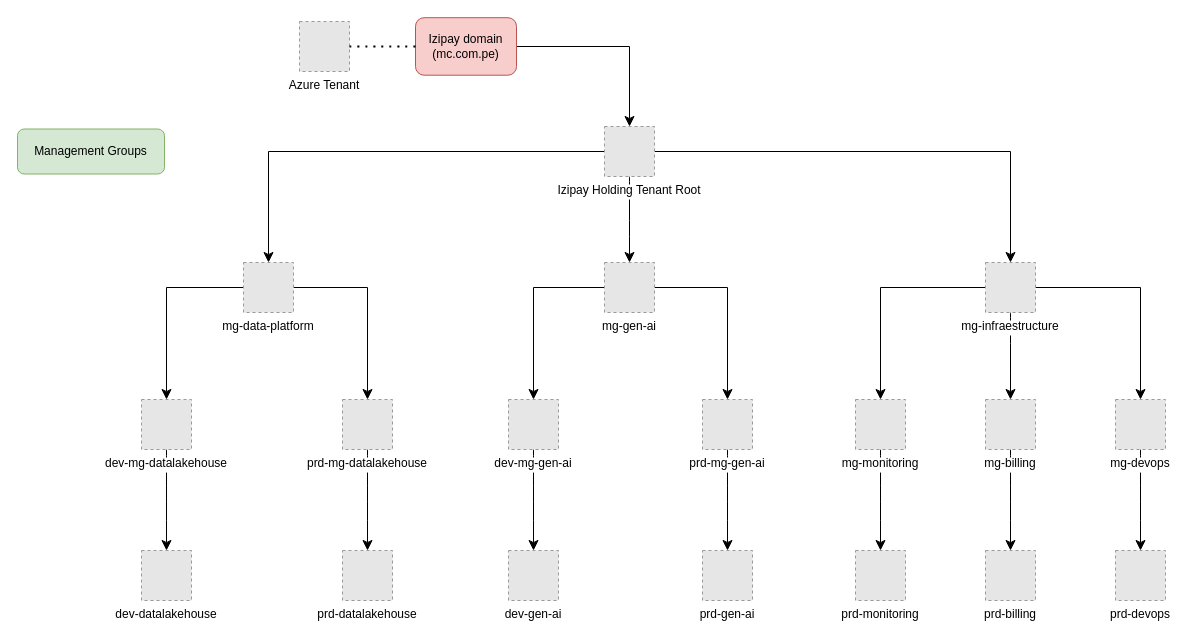
Above: page "Azure Data" (1 of 4) of Arquitectura Azure.drawio in jcdiazz/Diagramas (draw.io), before the change. Source tidied: cells renumbered, new cells numbered last; positions are measured from the earlier drawing's top-left corner, leaving out a move shared by most shapes. Both pictures are drawn from the tidied source at 100%, with x=0, y=0 at pixel (17, 17). Pictures stored in the file or linked from it are replaced by grey dashed boxes.
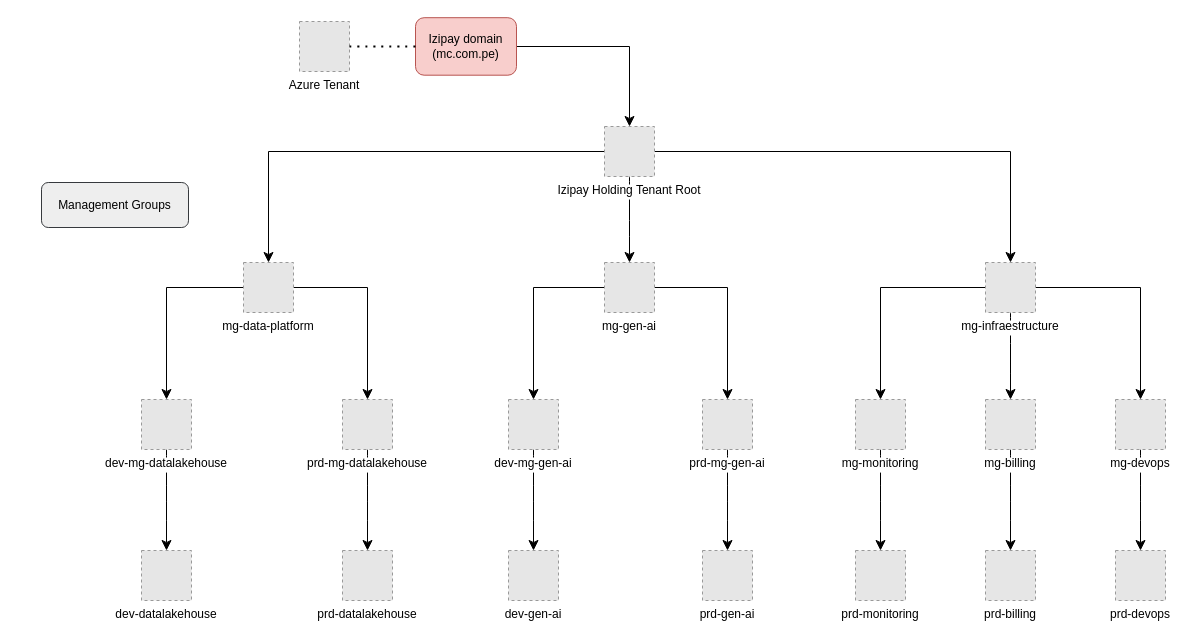
The same page after the edit.

Change to the diagram source:
```diff
@@
-    <mxCell id="41" value="Management Groups" style="rounded=1;whiteSpace=wrap;html=1;fillColor=#d5e8d4;strokeColor=#82b366;" parent="1" vertex="1">
-      <mxGeometry y="111.5" width="147" height="45" as="geometry" />
+    <mxCell id="41" value="Management Groups" style="rounded=1;whiteSpace=wrap;html=1;fillColor=#eeeeee;strokeColor=#36393d;" parent="1" vertex="1">
+      <mxGeometry x="24" y="165" width="147" height="45" as="geometry" />
     </mxCell>
```
